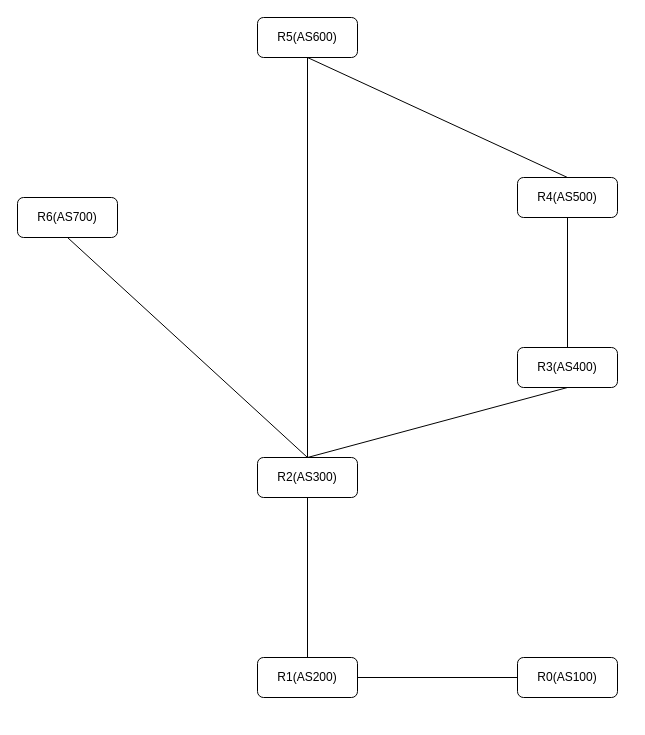
Before: scenario/bgp-mesh/mesh.drawio in terassyi/grp, a draw.io diagram. Source tidied: cells renumbered, new cells numbered last; positions are measured from the earlier drawing's top-left corner, leaving out a move shared by most shapes. Both pictures are drawn from the tidied source at 100%, with x=0, y=0 at pixel (17, 17).
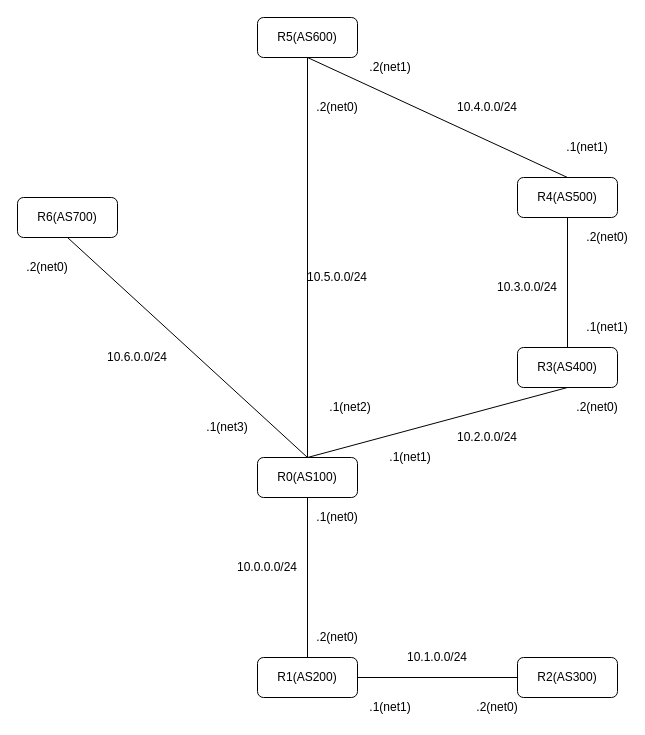
The same page after the edit.

Change to the diagram source:
```diff
@@
-    <mxCell id="2" value="R2(AS300)" style="rounded=1;whiteSpace=wrap;html=1;" parent="1" vertex="1">
+    <mxCell id="2" value="R0(AS100)" style="rounded=1;whiteSpace=wrap;html=1;" parent="1" vertex="1">
       <mxGeometry x="240" y="440" width="100" height="40" as="geometry" />
     </mxCell>
@@
-    <mxCell id="5" value="R0(AS100)" style="rounded=1;whiteSpace=wrap;html=1;" parent="1" vertex="1">
+    <mxCell id="5" value="R2(AS300)" style="rounded=1;whiteSpace=wrap;html=1;" parent="1" vertex="1">
       <mxGeometry x="500" y="640" width="100" height="40" as="geometry" />
     </mxCell>
@@
+    <mxCell id="16" value=".2(net0)" style="text;html=1;strokeColor=none;fillColor=none;align=center;verticalAlign=middle;whiteSpace=wrap;rounded=0;" parent="1" vertex="1">
+      <mxGeometry x="460" y="680" width="40" height="20" as="geometry" />
+    </mxCell>
+    <mxCell id="17" value=".2(net0)" style="text;html=1;strokeColor=none;fillColor=none;align=center;verticalAlign=middle;whiteSpace=wrap;rounded=0;" parent="1" vertex="1">
+      <mxGeometry x="560" y="380" width="40" height="20" as="geometry" />
+    </mxCell>
+    <mxCell id="18" value=".1(net0)" style="text;html=1;strokeColor=none;fillColor=none;align=center;verticalAlign=middle;whiteSpace=wrap;rounded=0;" parent="1" vertex="1">
+      <mxGeometry x="300" y="490" width="40" height="20" as="geometry" />
+    </mxCell>
+    <mxCell id="19" value=".1(net1)" style="text;html=1;strokeColor=none;fillColor=none;align=center;verticalAlign=middle;whiteSpace=wrap;rounded=0;" parent="1" vertex="1">
+      <mxGeometry x="353" y="680" width="40" height="20" as="geometry" />
+    </mxCell>
+    <mxCell id="20" value=".1(net1)" style="text;html=1;strokeColor=none;fillColor=none;align=center;verticalAlign=middle;whiteSpace=wrap;rounded=0;" parent="1" vertex="1">
+      <mxGeometry x="373" y="430" width="40" height="20" as="geometry" />
+    </mxCell>
+    <mxCell id="21" value=".1(net3)" style="text;html=1;strokeColor=none;fillColor=none;align=center;verticalAlign=middle;whiteSpace=wrap;rounded=0;" parent="1" vertex="1">
+      <mxGeometry x="190" y="400" width="40" height="20" as="geometry" />
+    </mxCell>
+    <mxCell id="22" value=".1(net2)" style="text;html=1;strokeColor=none;fillColor=none;align=center;verticalAlign=middle;whiteSpace=wrap;rounded=0;" parent="1" vertex="1">
+      <mxGeometry x="313" y="380" width="40" height="20" as="geometry" />
+    </mxCell>
+    <mxCell id="23" value=".1(net1)" style="text;html=1;strokeColor=none;fillColor=none;align=center;verticalAlign=middle;whiteSpace=wrap;rounded=0;" parent="1" vertex="1">
+      <mxGeometry x="570" y="300" width="40" height="20" as="geometry" />
+    </mxCell>
+    <mxCell id="24" value=".2(net0)" style="text;html=1;strokeColor=none;fillColor=none;align=center;verticalAlign=middle;whiteSpace=wrap;rounded=0;" parent="1" vertex="1">
+      <mxGeometry x="570" y="210" width="40" height="20" as="geometry" />
+    </mxCell>
+    <mxCell id="25" value=".1(net1)" style="text;html=1;strokeColor=none;fillColor=none;align=center;verticalAlign=middle;whiteSpace=wrap;rounded=0;" parent="1" vertex="1">
+      <mxGeometry x="550" y="120" width="40" height="20" as="geometry" />
+    </mxCell>
+    <mxCell id="26" value=".2(net1)" style="text;html=1;strokeColor=none;fillColor=none;align=center;verticalAlign=middle;whiteSpace=wrap;rounded=0;" parent="1" vertex="1">
+      <mxGeometry x="353" y="40" width="40" height="20" as="geometry" />
+    </mxCell>
+    <mxCell id="27" value=".2(net0)" style="text;html=1;strokeColor=none;fillColor=none;align=center;verticalAlign=middle;whiteSpace=wrap;rounded=0;" parent="1" vertex="1">
+      <mxGeometry x="300" y="80" width="40" height="20" as="geometry" />
+    </mxCell>
+    <mxCell id="28" value=".2(net0)" style="text;html=1;strokeColor=none;fillColor=none;align=center;verticalAlign=middle;whiteSpace=wrap;rounded=0;" parent="1" vertex="1">
+      <mxGeometry x="10" y="240" width="40" height="20" as="geometry" />
+    </mxCell>
+    <mxCell id="29" value=".2(net0)" style="text;html=1;strokeColor=none;fillColor=none;align=center;verticalAlign=middle;whiteSpace=wrap;rounded=0;" parent="1" vertex="1">
+      <mxGeometry x="300" y="610" width="40" height="20" as="geometry" />
+    </mxCell>
+    <mxCell id="30" value="10.0.0.0/24" style="text;html=1;strokeColor=none;fillColor=none;align=center;verticalAlign=middle;whiteSpace=wrap;rounded=0;" parent="1" vertex="1">
+      <mxGeometry x="230" y="540" width="40" height="20" as="geometry" />
+    </mxCell>
+    <mxCell id="31" value="10.3.0.0/24" style="text;html=1;strokeColor=none;fillColor=none;align=center;verticalAlign=middle;whiteSpace=wrap;rounded=0;" parent="1" vertex="1">
+      <mxGeometry x="490" y="260" width="40" height="20" as="geometry" />
+    </mxCell>
+    <mxCell id="32" value="10.5.0.0/24" style="text;html=1;strokeColor=none;fillColor=none;align=center;verticalAlign=middle;whiteSpace=wrap;rounded=0;" parent="1" vertex="1">
+      <mxGeometry x="300" y="250" width="40" height="20" as="geometry" />
+    </mxCell>
+    <mxCell id="33" value="10.6.0.0/24" style="text;html=1;strokeColor=none;fillColor=none;align=center;verticalAlign=middle;whiteSpace=wrap;rounded=0;" parent="1" vertex="1">
+      <mxGeometry x="100" y="330" width="40" height="20" as="geometry" />
+    </mxCell>
+    <mxCell id="34" value="10.2.0.0/24" style="text;html=1;strokeColor=none;fillColor=none;align=center;verticalAlign=middle;whiteSpace=wrap;rounded=0;" parent="1" vertex="1">
+      <mxGeometry x="450" y="410" width="40" height="20" as="geometry" />
+    </mxCell>
+    <mxCell id="35" value="10.1.0.0/24" style="text;html=1;strokeColor=none;fillColor=none;align=center;verticalAlign=middle;whiteSpace=wrap;rounded=0;" parent="1" vertex="1">
+      <mxGeometry x="400" y="630" width="40" height="20" as="geometry" />
+    </mxCell>
+    <mxCell id="36" value="10.4.0.0/24" style="text;html=1;strokeColor=none;fillColor=none;align=center;verticalAlign=middle;whiteSpace=wrap;rounded=0;" parent="1" vertex="1">
+      <mxGeometry x="450" y="80" width="40" height="20" as="geometry" />
+    </mxCell>
```
